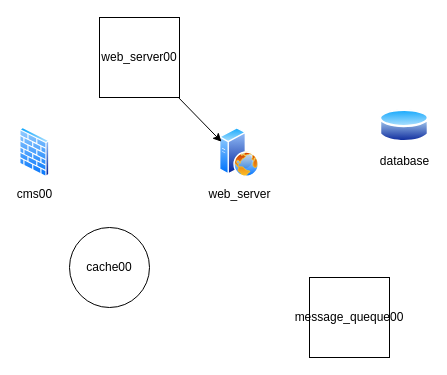
Above: drawio_Diagrams/ProvaProprieta.drawio.xml in PierCarrozzini/Fake_Architecture_Orchestrator (draw.io), before the change. Source tidied: cells renumbered, new cells numbered last; positions are measured from the earlier drawing's top-left corner, leaving out a move shared by most shapes. Both pictures are drawn from the tidied source at 100%, with x=0, y=0 at pixel (19, 17).
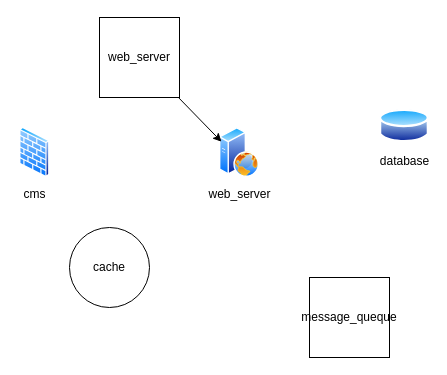
After the change.

What changed in the source:
```diff
@@
 <mxGraphModel>
   <root>
     <mxCell id="0" />
     <mxCell id="1" parent="0" />
     <mxCell id="2" value="web_server" style="image;perimeter=ellipsePerimeter;html=1;align=center;shadow=0;dashed=0;spacingTop=3;image=img/lib/active_directory/web_server.svg;" parent="1" vertex="1">
       <mxGeometry x="200" y="110" width="40" height="50" as="geometry" />
     </mxCell>
-    <mxCell id="3" value="web_server00" style="whiteSpace=wrap;html=1;" parent="1" vertex="1">
+    <mxCell id="3" value="web_server" style="whiteSpace=wrap;html=1;" parent="1" vertex="1">
       <mxGeometry x="80" width="80" height="80" as="geometry" />
     </mxCell>
     <mxCell id="4" style="endArrow=classic;html=1;rounded=0;entryX=0;entryY=0.25;entryDx=0;entryDy=0;" parent="1" edge="1" source="3" target="2">
       <mxGeometry relative="1" as="geometry" />
     </mxCell>
     <mxCell id="5" value="database" style="image;perimeter=ellipsePerimeter;html=1;align=center;shadow=0;dashed=0;spacingTop=3;image=img/lib/active_directory/database.svg;" parent="1" vertex="1">
       <mxGeometry x="360" y="90" width="50" height="37" as="geometry" />
     </mxCell>
-    <mxCell id="6" value="message_queque00" style="whiteSpace=wrap;html=1;" parent="1" vertex="1">
+    <mxCell id="6" value="message_queque" style="whiteSpace=wrap;html=1;" parent="1" vertex="1">
       <mxGeometry x="290" y="260" width="80" height="80" as="geometry" />
     </mxCell>
-    <mxCell id="7" value="cache00" style="ellipse;whiteSpace=wrap;html=1;" parent="1" vertex="1">
+    <mxCell id="7" value="cache" style="ellipse;whiteSpace=wrap;html=1;" parent="1" vertex="1">
       <mxGeometry x="50" y="210" width="80" height="80" as="geometry" />
     </mxCell>
-    <mxCell id="8" value="cms00" style="image;perimeter=ellipsePerimeter;html=1;align=center;shadow=0;dashed=0;spacingTop=3;image=img/lib/active_directory/firewall.svg;" parent="1" vertex="1">
+    <mxCell id="8" value="cms" style="image;perimeter=ellipsePerimeter;html=1;align=center;shadow=0;dashed=0;spacingTop=3;image=img/lib/active_directory/firewall.svg;" parent="1" vertex="1">
       <mxGeometry y="110" width="30.5" height="50" as="geometry" />
     </mxCell>
   </root>
 </mxGraphModel>
```
